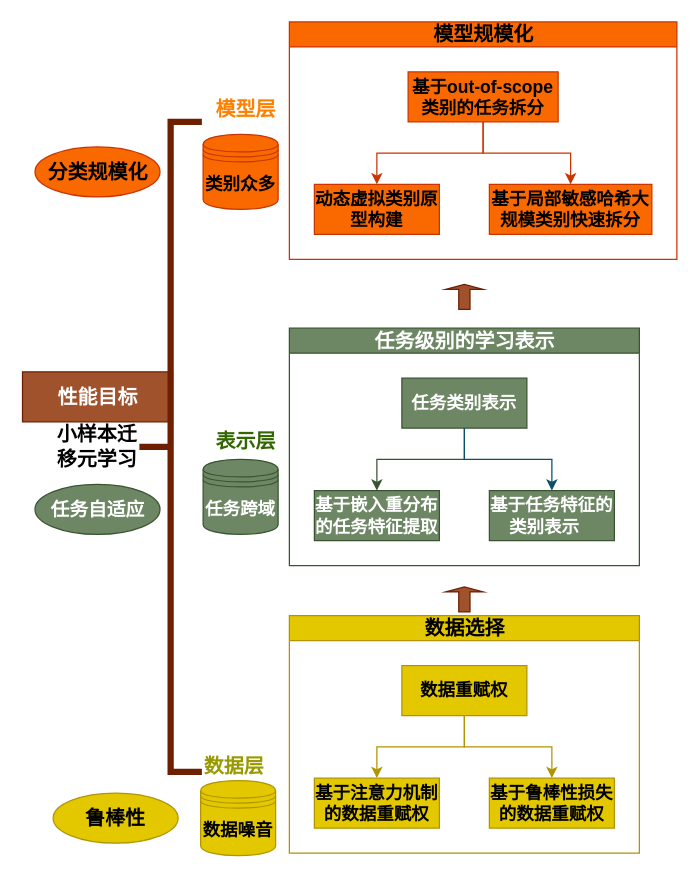
Earlier version of the draw.io diagram Realistic Few Shot Learning.drawio (ilovetomato/datasharing). Source tidied: cells renumbered, new cells numbered last; positions are measured from the earlier drawing's top-left corner, leaving out a move shared by most shapes. Both pictures are drawn from the tidied source at 125%, with x=0, y=0 at pixel (22, 21).
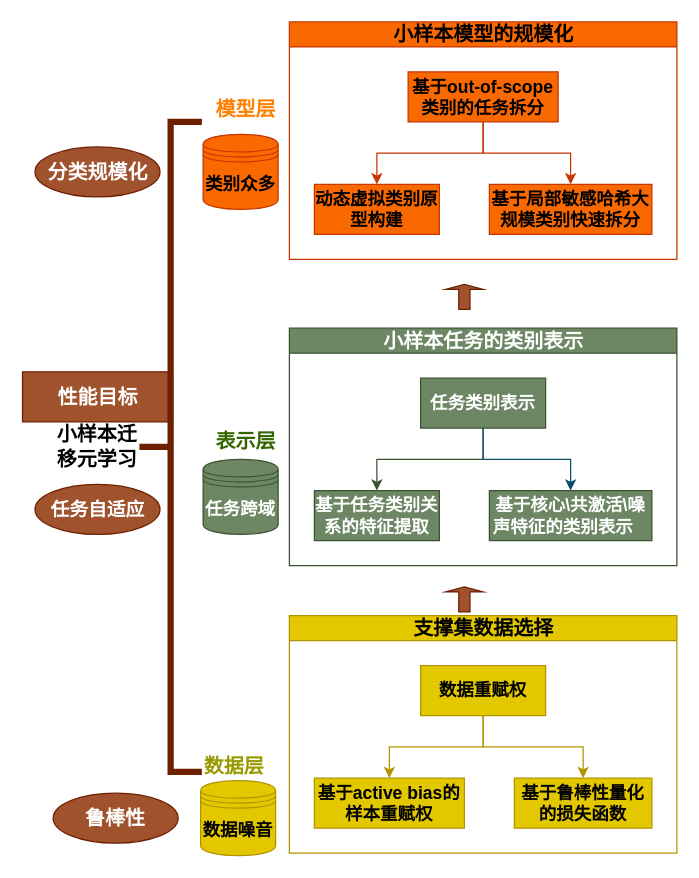
After the change.

What changed in the source:
```diff
@@
-    <mxCell id="6" value="&lt;font style=&quot;font-size: 16px&quot;&gt;&lt;b&gt;鲁棒性&lt;/b&gt;&lt;/font&gt;" style="ellipse;whiteSpace=wrap;html=1;align=center;newEdgeStyle={&quot;edgeStyle&quot;:&quot;entityRelationEdgeStyle&quot;,&quot;startArrow&quot;:&quot;none&quot;,&quot;endArrow&quot;:&quot;none&quot;,&quot;segment&quot;:10,&quot;curved&quot;:1};fillColor=#e3c800;strokeColor=#B09500;" parent="1" vertex="1">
+    <mxCell id="6" value="&lt;font style=&quot;font-size: 16px&quot;&gt;&lt;b&gt;鲁棒性&lt;/b&gt;&lt;/font&gt;" style="ellipse;whiteSpace=wrap;html=1;align=center;newEdgeStyle={&quot;edgeStyle&quot;:&quot;entityRelationEdgeStyle&quot;,&quot;startArrow&quot;:&quot;none&quot;,&quot;endArrow&quot;:&quot;none&quot;,&quot;segment&quot;:10,&quot;curved&quot;:1};fillColor=#a0522d;strokeColor=#6D1F00;fontColor=#ffffff;" parent="1" vertex="1">
       <mxGeometry x="24" y="617" width="100" height="40" as="geometry" />
     </mxCell>
-    <mxCell id="7" value="&lt;font style=&quot;font-size: 15px&quot;&gt;&lt;b&gt;任务自适应&lt;/b&gt;&lt;/font&gt;" style="ellipse;whiteSpace=wrap;html=1;align=center;newEdgeStyle={&quot;edgeStyle&quot;:&quot;entityRelationEdgeStyle&quot;,&quot;startArrow&quot;:&quot;none&quot;,&quot;endArrow&quot;:&quot;none&quot;,&quot;segment&quot;:10,&quot;curved&quot;:1};fillColor=#6d8764;strokeColor=#3A5431;fontColor=#ffffff;" parent="1" vertex="1">
+    <mxCell id="7" value="&lt;font style=&quot;font-size: 15px&quot;&gt;&lt;b&gt;任务自适应&lt;/b&gt;&lt;/font&gt;" style="ellipse;whiteSpace=wrap;html=1;align=center;newEdgeStyle={&quot;edgeStyle&quot;:&quot;entityRelationEdgeStyle&quot;,&quot;startArrow&quot;:&quot;none&quot;,&quot;endArrow&quot;:&quot;none&quot;,&quot;segment&quot;:10,&quot;curved&quot;:1};fillColor=#a0522d;strokeColor=#6D1F00;fontColor=#ffffff;" parent="1" vertex="1">
       <mxGeometry x="9.5" y="370" width="100" height="40" as="geometry" />
     </mxCell>
-    <mxCell id="8" value="&lt;font style=&quot;font-size: 16px&quot;&gt;&lt;b&gt;分类规模化&lt;/b&gt;&lt;/font&gt;" style="ellipse;whiteSpace=wrap;html=1;align=center;newEdgeStyle={&quot;edgeStyle&quot;:&quot;entityRelationEdgeStyle&quot;,&quot;startArrow&quot;:&quot;none&quot;,&quot;endArrow&quot;:&quot;none&quot;,&quot;segment&quot;:10,&quot;curved&quot;:1};fillColor=#fa6800;strokeColor=#C73500;" parent="1" vertex="1">
+    <mxCell id="8" value="&lt;font style=&quot;font-size: 16px&quot;&gt;&lt;b&gt;分类规模化&lt;/b&gt;&lt;/font&gt;" style="ellipse;whiteSpace=wrap;html=1;align=center;newEdgeStyle={&quot;edgeStyle&quot;:&quot;entityRelationEdgeStyle&quot;,&quot;startArrow&quot;:&quot;none&quot;,&quot;endArrow&quot;:&quot;none&quot;,&quot;segment&quot;:10,&quot;curved&quot;:1};fillColor=#a0522d;strokeColor=#6D1F00;fontColor=#ffffff;" parent="1" vertex="1">
       <mxGeometry x="9.5" y="100" width="100" height="40" as="geometry" />
     </mxCell>
-    <mxCell id="9" value="&lt;font style=&quot;font-size: 16px&quot;&gt;任务级别的学习表示&lt;/font&gt;" style="swimlane;html=1;startSize=20;horizontal=1;horizontalTree=0;containerType=tree;fillColor=#6d8764;strokeColor=#3A5431;fontColor=#ffffff;" parent="1" vertex="1">
-      <mxGeometry x="213" y="245" width="280" height="190" as="geometry" />
+    <mxCell id="9" value="&lt;font style=&quot;font-size: 16px&quot;&gt;小样本任务的类别表示&lt;/font&gt;" style="swimlane;html=1;startSize=20;horizontal=1;horizontalTree=0;containerType=tree;fillColor=#6d8764;strokeColor=#3A5431;fontColor=#ffffff;" parent="1" vertex="1">
+      <mxGeometry x="213" y="245" width="310" height="190" as="geometry" />
     </mxCell>
     <mxCell id="10" value="&lt;font style=&quot;font-size: 14px&quot;&gt;&lt;b&gt;任务类别表示&lt;/b&gt;&lt;/font&gt;" style="whiteSpace=wrap;html=1;fillColor=#6d8764;strokeColor=#3A5431;fontColor=#ffffff;" parent="9" vertex="1">
-      <mxGeometry x="90" y="40" width="100" height="40" as="geometry" />
+      <mxGeometry x="105" y="40" width="100" height="40" as="geometry" />
     </mxCell>
-    <mxCell id="11" value="&lt;font style=&quot;font-size: 14px&quot;&gt;&lt;b&gt;基于嵌入重分布的任务特征提取&lt;br&gt;&lt;/b&gt;&lt;/font&gt;" style="whiteSpace=wrap;html=1;fillColor=#6d8764;strokeColor=#3A5431;fontColor=#ffffff;" parent="9" vertex="1">
+    <mxCell id="11" value="&lt;font style=&quot;font-size: 14px&quot;&gt;&lt;b&gt;基于任务类别关系的特征提取&lt;br&gt;&lt;/b&gt;&lt;/font&gt;" style="whiteSpace=wrap;html=1;fillColor=#6d8764;strokeColor=#3A5431;fontColor=#ffffff;" parent="9" vertex="1">
       <mxGeometry x="20" y="130" width="100" height="40" as="geometry" />
     </mxCell>
@@
-    <mxCell id="13" value="&lt;font style=&quot;font-size: 14px&quot;&gt;&lt;b&gt;基于任务特征的类别表示&amp;nbsp; &amp;nbsp;&lt;/b&gt;&lt;/font&gt;" style="whiteSpace=wrap;html=1;fillColor=#6d8764;strokeColor=#3A5431;fontColor=#ffffff;" parent="9" vertex="1">
-      <mxGeometry x="160" y="130" width="100" height="40" as="geometry" />
+    <mxCell id="13" value="&lt;font style=&quot;font-size: 14px&quot;&gt;&lt;b&gt;基于核心\共激活\噪声特征的类别表示&amp;nbsp; &amp;nbsp;&lt;/b&gt;&lt;/font&gt;" style="whiteSpace=wrap;html=1;fillColor=#6d8764;strokeColor=#3A5431;fontColor=#ffffff;" parent="9" vertex="1">
+      <mxGeometry x="160" y="130" width="130" height="40" as="geometry" />
     </mxCell>
@@
-    <mxCell id="15" value="&lt;font style=&quot;font-size: 16px&quot;&gt;模型规模化&lt;/font&gt;" style="swimlane;html=1;startSize=20;horizontal=1;horizontalTree=0;containerType=tree;fillColor=#fa6800;strokeColor=#C73500;" parent="1" vertex="1">
+    <mxCell id="15" value="&lt;font style=&quot;font-size: 16px&quot;&gt;小样本模型的规模化&lt;/font&gt;" style="swimlane;html=1;startSize=20;horizontal=1;horizontalTree=0;containerType=tree;fillColor=#fa6800;strokeColor=#C73500;" parent="1" vertex="1">
       <mxGeometry x="213" width="310" height="190" as="geometry" />
     </mxCell>
@@
-    <mxCell id="21" value="&lt;font style=&quot;font-size: 16px&quot;&gt;数据选择&lt;/font&gt;" style="swimlane;html=1;startSize=20;horizontal=1;horizontalTree=0;containerType=tree;fillColor=#e3c800;strokeColor=#B09500;" parent="1" vertex="1">
-      <mxGeometry x="213" y="475" width="280" height="190" as="geometry" />
+    <mxCell id="21" value="&lt;font style=&quot;font-size: 16px&quot;&gt;支撑集数据选择&lt;/font&gt;" style="swimlane;html=1;startSize=20;horizontal=1;horizontalTree=0;containerType=tree;fillColor=#e3c800;strokeColor=#B09500;" parent="1" vertex="1">
+      <mxGeometry x="213" y="475" width="310" height="190" as="geometry" />
     </mxCell>
     <mxCell id="22" value="&lt;font style=&quot;font-size: 14px&quot;&gt;&lt;b&gt;数据重赋权&lt;/b&gt;&lt;/font&gt;" style="whiteSpace=wrap;html=1;fillColor=#e3c800;strokeColor=#B09500;" parent="21" vertex="1">
-      <mxGeometry x="90" y="40" width="100" height="40" as="geometry" />
+      <mxGeometry x="105" y="40" width="100" height="40" as="geometry" />
     </mxCell>
-    <mxCell id="23" value="&lt;font style=&quot;font-size: 14px&quot;&gt;&lt;b&gt;基于注意力机制的数据重赋权&lt;/b&gt;&lt;/font&gt;" style="whiteSpace=wrap;html=1;fillColor=#e3c800;strokeColor=#B09500;" parent="21" vertex="1">
-      <mxGeometry x="20" y="130" width="100" height="40" as="geometry" />
+    <mxCell id="23" value="&lt;font style=&quot;font-size: 14px&quot;&gt;&lt;b&gt;基于active bias的样本重赋权&lt;/b&gt;&lt;/font&gt;" style="whiteSpace=wrap;html=1;fillColor=#e3c800;strokeColor=#B09500;" parent="21" vertex="1">
+      <mxGeometry x="20" y="130" width="120" height="40" as="geometry" />
     </mxCell>
@@
-    <mxCell id="25" value="&lt;font style=&quot;font-size: 14px&quot;&gt;&lt;b&gt;基于鲁棒性损失的数据重赋权&lt;/b&gt;&lt;/font&gt;" style="whiteSpace=wrap;html=1;fillColor=#e3c800;strokeColor=#B09500;" parent="21" vertex="1">
-      <mxGeometry x="160" y="130" width="100" height="40" as="geometry" />
+    <mxCell id="25" value="&lt;font style=&quot;font-size: 14px&quot;&gt;&lt;b&gt;基于鲁棒性量化的损失函数&lt;/b&gt;&lt;/font&gt;" style="whiteSpace=wrap;html=1;fillColor=#e3c800;strokeColor=#B09500;" parent="21" vertex="1">
+      <mxGeometry x="180" y="130" width="110" height="40" as="geometry" />
     </mxCell>
```
